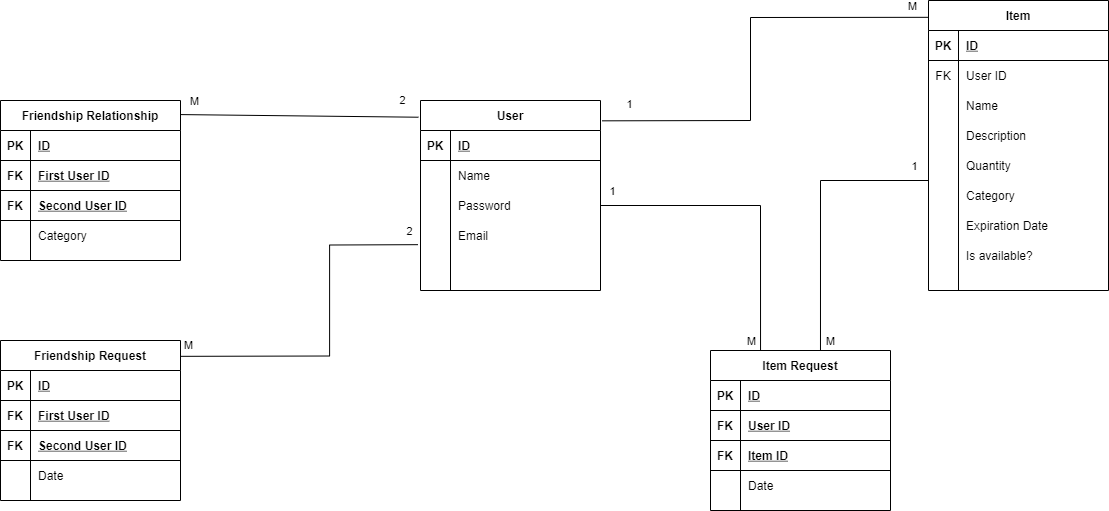
The draw.io diagram DataBase Schema.png in TibLion/Proiect_TW, before a commit. Source tidied: cells renumbered, new cells last; positions are measured from the earlier drawing's top-left corner, leaving out a move shared by most shapes.
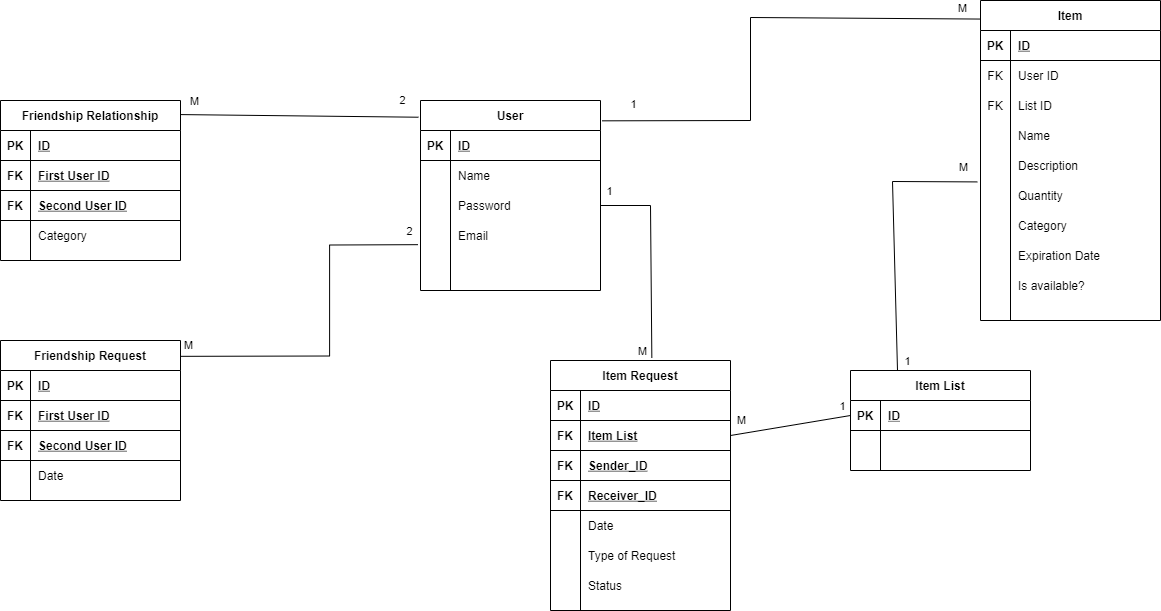
Above is the later version.

Change to the diagram source:
```diff
@@ -81,7 +81,7 @@
       <mxGeometry x="30" width="150" height="30" as="geometry" />
     </mxCell>
     <mxCell id="28" value="Item" style="shape=table;startSize=30;rowLines=0;fontStyle=1;align=center;" parent="1" vertex="1">
-      <mxGeometry x="928" width="180" height="290" as="geometry" />
+      <mxGeometry x="980" width="180" height="320" as="geometry" />
     </mxCell>
     <mxCell id="29" style="shape=partialRectangle;fillColor=none;top=0;left=0;bottom=1;right=0;" parent="28" vertex="1">
       <mxGeometry y="30" width="180" height="30" as="geometry" />
@@ -101,8 +101,17 @@
     <mxCell id="34" value="User ID" style="shape=partialRectangle;fillColor=none;top=0;left=0;bottom=0;right=0;align=left;spacingLeft=6;fontStyle=0;overflow=hidden;" parent="32" vertex="1">
       <mxGeometry x="30" width="150" height="30" as="geometry" />
     </mxCell>
+    <mxCell id="94" style="shape=partialRectangle;fillColor=none;top=0;left=0;bottom=0;right=0;" parent="28" vertex="1">
+      <mxGeometry y="90" width="180" height="30" as="geometry" />
+    </mxCell>
+    <mxCell id="95" value="FK" style="shape=partialRectangle;fillColor=none;top=0;left=0;bottom=0;right=0;fontStyle=0;overflow=hidden;" parent="94" vertex="1">
+      <mxGeometry width="30" height="30" as="geometry" />
+    </mxCell>
+    <mxCell id="96" value="List ID" style="shape=partialRectangle;fillColor=none;top=0;left=0;bottom=0;right=0;align=left;spacingLeft=6;fontStyle=0;overflow=hidden;" parent="94" vertex="1">
+      <mxGeometry x="30" width="150" height="30" as="geometry" />
+    </mxCell>
     <mxCell id="35" style="shape=partialRectangle;fillColor=none;top=0;left=0;bottom=0;right=0;" parent="28" vertex="1">
-      <mxGeometry y="90" width="180" height="30" as="geometry" />
+      <mxGeometry y="120" width="180" height="30" as="geometry" />
     </mxCell>
     <mxCell id="36" style="shape=partialRectangle;fillColor=none;top=0;left=0;bottom=0;right=0;overflow=hidden;" parent="35" vertex="1">
       <mxGeometry width="30" height="30" as="geometry" />
@@ -111,7 +120,7 @@
       <mxGeometry x="30" width="150" height="30" as="geometry" />
     </mxCell>
     <mxCell id="38" style="shape=partialRectangle;fillColor=none;top=0;left=0;bottom=0;right=0;" parent="28" vertex="1">
-      <mxGeometry y="120" width="180" height="30" as="geometry" />
+      <mxGeometry y="150" width="180" height="30" as="geometry" />
     </mxCell>
     <mxCell id="39" style="shape=partialRectangle;fillColor=none;top=0;left=0;bottom=0;right=0;overflow=hidden;" parent="38" vertex="1">
       <mxGeometry width="30" height="30" as="geometry" />
@@ -120,7 +129,7 @@
       <mxGeometry x="30" width="150" height="30" as="geometry" />
     </mxCell>
     <mxCell id="41" style="shape=partialRectangle;fillColor=none;top=0;left=0;bottom=0;right=0;" parent="28" vertex="1">
-      <mxGeometry y="150" width="180" height="30" as="geometry" />
+      <mxGeometry y="180" width="180" height="30" as="geometry" />
     </mxCell>
     <mxCell id="42" style="shape=partialRectangle;fillColor=none;top=0;left=0;bottom=0;right=0;overflow=hidden;" parent="41" vertex="1">
       <mxGeometry width="30" height="30" as="geometry" />
@@ -129,7 +138,7 @@
       <mxGeometry x="30" width="150" height="30" as="geometry" />
     </mxCell>
     <mxCell id="44" style="shape=partialRectangle;fillColor=none;top=0;left=0;bottom=0;right=0;" parent="28" vertex="1">
-      <mxGeometry y="180" width="180" height="30" as="geometry" />
+      <mxGeometry y="210" width="180" height="30" as="geometry" />
     </mxCell>
     <mxCell id="45" style="shape=partialRectangle;fillColor=none;top=0;left=0;bottom=0;right=0;overflow=hidden;" parent="44" vertex="1">
       <mxGeometry width="30" height="30" as="geometry" />
@@ -138,7 +147,7 @@
       <mxGeometry x="30" width="150" height="30" as="geometry" />
     </mxCell>
     <mxCell id="47" style="shape=partialRectangle;fillColor=none;top=0;left=0;bottom=0;right=0;" parent="28" vertex="1">
-      <mxGeometry y="210" width="180" height="30" as="geometry" />
+      <mxGeometry y="240" width="180" height="30" as="geometry" />
     </mxCell>
     <mxCell id="48" style="shape=partialRectangle;fillColor=none;top=0;left=0;bottom=0;right=0;overflow=hidden;" parent="47" vertex="1">
       <mxGeometry width="30" height="30" as="geometry" />
@@ -147,7 +156,7 @@
       <mxGeometry x="30" width="150" height="30" as="geometry" />
     </mxCell>
     <mxCell id="50" style="shape=partialRectangle;fillColor=none;top=0;left=0;bottom=0;right=0;" parent="28" vertex="1">
-      <mxGeometry y="240" width="180" height="30" as="geometry" />
+      <mxGeometry y="270" width="180" height="30" as="geometry" />
     </mxCell>
     <mxCell id="51" style="shape=partialRectangle;fillColor=none;top=0;left=0;bottom=0;right=0;overflow=hidden;" parent="50" vertex="1">
       <mxGeometry width="30" height="30" as="geometry" />
@@ -246,7 +255,7 @@
       </mxGeometry>
     </mxCell>
     <mxCell id="75" value="Item Request" style="shape=table;startSize=30;rowLines=0;fontStyle=1;align=center;" parent="1" vertex="1">
-      <mxGeometry x="710" y="350" width="180" height="160" as="geometry" />
+      <mxGeometry x="550" y="360" width="180" height="250" as="geometry" />
     </mxCell>
     <mxCell id="76" style="shape=partialRectangle;fillColor=none;top=0;left=0;bottom=1;right=0;" parent="75" vertex="1">
       <mxGeometry y="30" width="180" height="30" as="geometry" />
@@ -257,26 +266,35 @@
     <mxCell id="78" value="ID" style="shape=partialRectangle;fillColor=none;top=0;left=0;bottom=0;right=0;align=left;spacingLeft=6;fontStyle=5;overflow=hidden;" parent="76" vertex="1">
       <mxGeometry x="30" width="150" height="30" as="geometry" />
     </mxCell>
+    <mxCell id="82" style="shape=partialRectangle;fillColor=none;top=0;left=0;bottom=1;right=0;points=[[0,0.5],[1,0.5]];portConstraint=eastwest;" parent="75" vertex="1">
+      <mxGeometry y="60" width="180" height="30" as="geometry" />
+    </mxCell>
+    <mxCell id="83" value="FK" style="shape=partialRectangle;fillColor=none;top=0;left=0;bottom=0;right=0;fontStyle=1;overflow=hidden;" parent="82" vertex="1">
+      <mxGeometry width="30" height="30" as="geometry" />
+    </mxCell>
+    <mxCell id="84" value="Item List" style="shape=partialRectangle;fillColor=none;top=0;left=0;bottom=0;right=0;align=left;spacingLeft=6;fontStyle=5;overflow=hidden;" parent="82" vertex="1">
+      <mxGeometry x="30" width="150" height="30" as="geometry" />
+    </mxCell>
     <mxCell id="79" style="shape=partialRectangle;fillColor=none;top=0;left=0;bottom=1;right=0;" parent="75" vertex="1">
-      <mxGeometry y="60" width="180" height="30" as="geometry" />
+      <mxGeometry y="90" width="180" height="30" as="geometry" />
     </mxCell>
     <mxCell id="80" value="FK" style="shape=partialRectangle;fillColor=none;top=0;left=0;bottom=0;right=0;fontStyle=1;overflow=hidden;" parent="79" vertex="1">
       <mxGeometry width="30" height="30" as="geometry" />
     </mxCell>
-    <mxCell id="81" value="User ID" style="shape=partialRectangle;fillColor=none;top=0;left=0;bottom=0;right=0;align=left;spacingLeft=6;fontStyle=5;overflow=hidden;" parent="79" vertex="1">
+    <mxCell id="81" value="Sender_ID" style="shape=partialRectangle;fillColor=none;top=0;left=0;bottom=0;right=0;align=left;spacingLeft=6;fontStyle=5;overflow=hidden;" parent="79" vertex="1">
       <mxGeometry x="30" width="150" height="30" as="geometry" />
     </mxCell>
-    <mxCell id="82" style="shape=partialRectangle;fillColor=none;top=0;left=0;bottom=1;right=0;points=[[0,0.5],[1,0.5]];portConstraint=eastwest;" parent="75" vertex="1">
-      <mxGeometry y="90" width="180" height="30" as="geometry" />
-    </mxCell>
-    <mxCell id="83" value="FK" style="shape=partialRectangle;fillColor=none;top=0;left=0;bottom=0;right=0;fontStyle=1;overflow=hidden;" parent="82" vertex="1">
-      <mxGeometry width="30" height="30" as="geometry" />
-    </mxCell>
-    <mxCell id="84" value="Item ID" style="shape=partialRectangle;fillColor=none;top=0;left=0;bottom=0;right=0;align=left;spacingLeft=6;fontStyle=5;overflow=hidden;" parent="82" vertex="1">
-      <mxGeometry x="30" width="150" height="30" as="geometry" />
-    </mxCell>
+    <mxCell id="97" style="shape=partialRectangle;fillColor=none;top=0;left=0;bottom=1;right=0;" parent="75" vertex="1">
+      <mxGeometry y="120" width="180" height="30" as="geometry" />
+    </mxCell>
+    <mxCell id="98" value="FK" style="shape=partialRectangle;fillColor=none;top=0;left=0;bottom=0;right=0;fontStyle=1;overflow=hidden;" parent="97" vertex="1">
+      <mxGeometry width="30" height="30" as="geometry" />
+    </mxCell>
+    <mxCell id="99" value="Receiver_ID" style="shape=partialRectangle;fillColor=none;top=0;left=0;bottom=0;right=0;align=left;spacingLeft=6;fontStyle=5;overflow=hidden;" parent="97" vertex="1">
+      <mxGeometry x="30" width="150" height="30" as="geometry" />
+    </mxCell>
     <mxCell id="85" style="shape=partialRectangle;fillColor=none;top=0;left=0;bottom=0;right=0;" parent="75" vertex="1">
-      <mxGeometry y="120" width="180" height="30" as="geometry" />
+      <mxGeometry y="150" width="180" height="30" as="geometry" />
     </mxCell>
     <mxCell id="86" style="shape=partialRectangle;fillColor=none;top=0;left=0;bottom=0;right=0;overflow=hidden;" parent="85" vertex="1">
       <mxGeometry width="30" height="30" as="geometry" />
@@ -284,10 +302,28 @@
     <mxCell id="87" value="Date" style="shape=partialRectangle;fillColor=none;top=0;left=0;bottom=0;right=0;align=left;spacingLeft=6;overflow=hidden;" parent="85" vertex="1">
       <mxGeometry x="30" width="150" height="30" as="geometry" />
     </mxCell>
+    <mxCell id="100" style="shape=partialRectangle;fillColor=none;top=0;left=0;bottom=0;right=0;" parent="75" vertex="1">
+      <mxGeometry y="180" width="180" height="30" as="geometry" />
+    </mxCell>
+    <mxCell id="101" style="shape=partialRectangle;fillColor=none;top=0;left=0;bottom=0;right=0;overflow=hidden;" parent="100" vertex="1">
+      <mxGeometry width="30" height="30" as="geometry" />
+    </mxCell>
+    <mxCell id="102" value="Type of Request" style="shape=partialRectangle;fillColor=none;top=0;left=0;bottom=0;right=0;align=left;spacingLeft=6;overflow=hidden;" parent="100" vertex="1">
+      <mxGeometry x="30" width="150" height="30" as="geometry" />
+    </mxCell>
+    <mxCell id="103" style="shape=partialRectangle;fillColor=none;top=0;left=0;bottom=0;right=0;" parent="75" vertex="1">
+      <mxGeometry y="210" width="180" height="30" as="geometry" />
+    </mxCell>
+    <mxCell id="104" style="shape=partialRectangle;fillColor=none;top=0;left=0;bottom=0;right=0;overflow=hidden;" parent="103" vertex="1">
+      <mxGeometry width="30" height="30" as="geometry" />
+    </mxCell>
+    <mxCell id="105" value="Status" style="shape=partialRectangle;fillColor=none;top=0;left=0;bottom=0;right=0;align=left;spacingLeft=6;overflow=hidden;" parent="103" vertex="1">
+      <mxGeometry x="30" width="150" height="30" as="geometry" />
+    </mxCell>
-    <mxCell id="88" style="endArrow=none;html=1;rounded=0;exitX=1;exitY=0.5;exitDx=0;exitDy=0;entryX=0.278;entryY=0;entryDx=0;entryDy=0;entryPerimeter=0;" parent="1" edge="1" source="9" target="75">
+    <mxCell id="88" style="endArrow=none;html=1;rounded=0;exitX=1;exitY=0.5;exitDx=0;exitDy=0;entryX=0.563;entryY=-0.01;entryDx=0;entryDy=0;entryPerimeter=0;" parent="1" edge="1" source="9" target="75">
       <mxGeometry relative="1" as="geometry">
         <Array as="points">
-          <mxPoint x="760" y="205" />
+          <mxPoint x="650" y="205" />
         </Array>
       </mxGeometry>
     </mxCell>
@@ -301,23 +337,58 @@
         <mxPoint y="-16" as="offset" />
       </mxGeometry>
     </mxCell>
-    <mxCell id="91" style="endArrow=none;html=1;rounded=0;exitX=0.611;exitY=0;exitDx=0;exitDy=0;exitPerimeter=0;" parent="1" edge="1" source="75">
+    <mxCell id="91" style="endArrow=none;html=1;rounded=0;entryX=-0.029;entryY=0.047;entryDx=0;entryDy=0;entryPerimeter=0;exitX=0.25;exitY=0;exitDx=0;exitDy=0;" parent="1" edge="1">
       <mxGeometry relative="1" as="geometry">
-        <mxPoint x="928" y="180" as="targetPoint" />
+        <mxPoint x="897" y="370" as="sourcePoint" />
+        <mxPoint x="976.8" y="181.4" as="targetPoint" />
         <Array as="points">
-          <mxPoint x="820" y="180" />
+          <mxPoint x="892" y="181" />
         </Array>
       </mxGeometry>
     </mxCell>
-    <mxCell id="92" value="1" style="edgeLabel;html=1;align=center;verticalAlign=middle;" parent="91" vertex="1">
+    <mxCell id="92" value="M" style="edgeLabel;html=1;align=center;verticalAlign=middle;" parent="91" vertex="1">
       <mxGeometry x="0.9" y="-2" relative="1" as="geometry">
         <mxPoint y="-17" as="offset" />
       </mxGeometry>
     </mxCell>
-    <mxCell id="93" value="M" style="edgeLabel;html=1;align=center;verticalAlign=middle;" parent="91" vertex="1">
+    <mxCell id="93" value="1" style="edgeLabel;html=1;align=center;verticalAlign=middle;" parent="91" vertex="1">
       <mxGeometry x="-0.89" y="-2" relative="1" as="geometry">
         <mxPoint x="8" y="6" as="offset" />
       </mxGeometry>
     </mxCell>
+    <mxCell id="106" value="Item List" style="shape=table;startSize=30;rowLines=0;fontStyle=1;align=center;" parent="1" vertex="1">
+      <mxGeometry x="850" y="370" width="180" height="100" as="geometry" />
+    </mxCell>
+    <mxCell id="107" style="shape=partialRectangle;fillColor=none;top=0;left=0;bottom=1;right=0;points=[[0,0.5],[1,0.5]];portConstraint=eastwest;" parent="106" vertex="1">
+      <mxGeometry y="30" width="180" height="30" as="geometry" />
+    </mxCell>
+    <mxCell id="108" value="PK" style="shape=partialRectangle;fillColor=none;top=0;left=0;bottom=0;right=0;fontStyle=1;overflow=hidden;" parent="107" vertex="1">
+      <mxGeometry width="30" height="30" as="geometry" />
+    </mxCell>
+    <mxCell id="109" value="ID" style="shape=partialRectangle;fillColor=none;top=0;left=0;bottom=0;right=0;align=left;spacingLeft=6;fontStyle=5;overflow=hidden;" parent="107" vertex="1">
+      <mxGeometry x="30" width="150" height="30" as="geometry" />
+    </mxCell>
+    <mxCell id="110" style="shape=partialRectangle;fillColor=none;top=0;left=0;bottom=0;right=0;" parent="106" vertex="1">
+      <mxGeometry y="60" width="180" height="30" as="geometry" />
+    </mxCell>
+    <mxCell id="111" style="shape=partialRectangle;fillColor=none;top=0;left=0;bottom=0;right=0;overflow=hidden;" parent="110" vertex="1">
+      <mxGeometry width="30" height="30" as="geometry" />
+    </mxCell>
+    <mxCell id="112" style="shape=partialRectangle;fillColor=none;top=0;left=0;bottom=0;right=0;align=left;spacingLeft=6;overflow=hidden;" parent="110" vertex="1">
+      <mxGeometry x="30" width="150" height="30" as="geometry" />
+    </mxCell>
+    <mxCell id="113" style="endArrow=none;html=1;rounded=0;exitX=1;exitY=0.5;exitDx=0;exitDy=0;entryX=0;entryY=0.5;entryDx=0;entryDy=0;" parent="1" edge="1" source="82" target="107">
+      <mxGeometry relative="1" as="geometry" />
+    </mxCell>
+    <mxCell id="114" value="M" style="edgeLabel;html=1;align=center;verticalAlign=middle;" parent="113" vertex="1">
+      <mxGeometry x="-0.67" y="-2" relative="1" as="geometry">
+        <mxPoint x="-10" y="-14" as="offset" />
+      </mxGeometry>
+    </mxCell>
+    <mxCell id="115" value="1" style="edgeLabel;html=1;align=center;verticalAlign=middle;" parent="113" vertex="1">
+      <mxGeometry x="0.84" y="1" relative="1" as="geometry">
+        <mxPoint x="1" y="-10" as="offset" />
+      </mxGeometry>
+    </mxCell>
   </root>
 </mxGraphModel>
```
